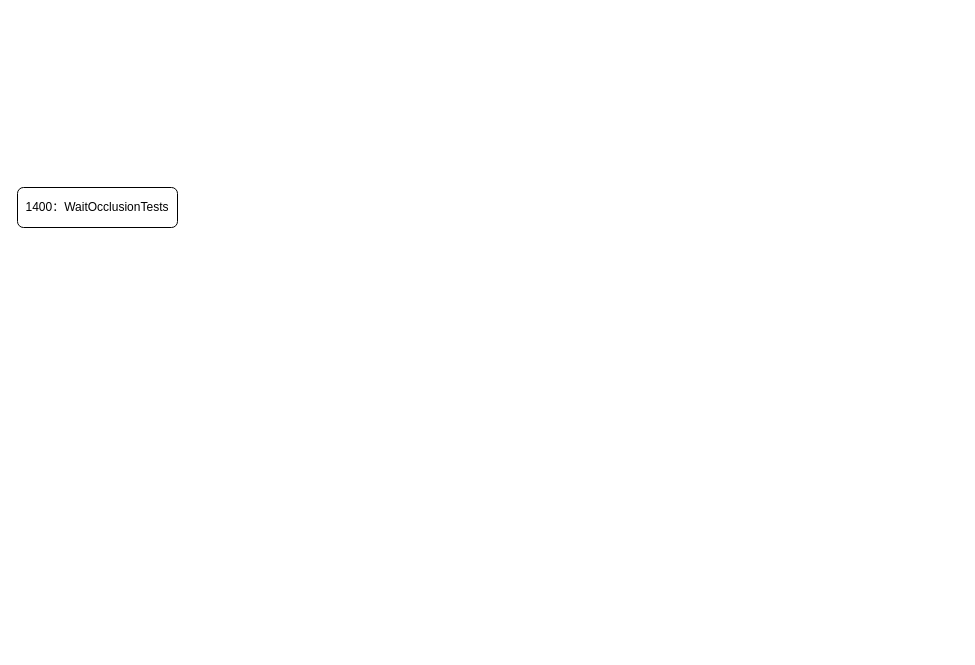
Above: CullingSystem.drawio in cedarz/UE4Gram (draw.io), before the change. Source tidied: cells renumbered, new cells numbered last; positions are measured from the earlier drawing's top-left corner, leaving out a move shared by most shapes. Both pictures are drawn from the tidied source at 100%, with x=0, y=0 at pixel (17, 187).
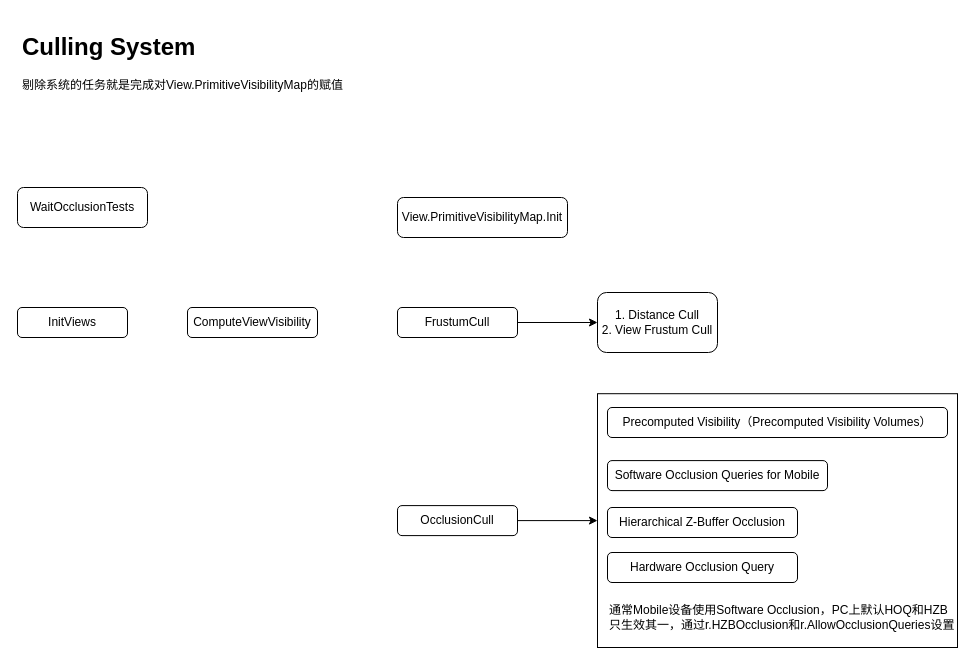
The same page after the edit.

Diff of the diagram source:
```diff
@@
 <mxGraphModel>
   <root>
     <mxCell id="0" />
     <mxCell id="1" parent="0" />
-    <mxCell id="2" value="1400：WaitOcclusionTests" style="rounded=1;whiteSpace=wrap;html=1;" parent="1" vertex="1">
-      <mxGeometry width="160" height="40" as="geometry" />
+    <mxCell id="2" value="WaitOcclusionTests" style="rounded=1;whiteSpace=wrap;html=1;" parent="1" vertex="1">
+      <mxGeometry width="130" height="40" as="geometry" />
     </mxCell>
+    <mxCell id="3" value="InitViews" style="rounded=1;whiteSpace=wrap;html=1;" parent="1" vertex="1">
+      <mxGeometry y="120" width="110" height="30" as="geometry" />
+    </mxCell>
+    <mxCell id="4" value="ComputeViewVisibility" style="rounded=1;whiteSpace=wrap;html=1;" parent="1" vertex="1">
+      <mxGeometry x="170" y="120" width="130" height="30" as="geometry" />
+    </mxCell>
+    <mxCell id="5" value="View.PrimitiveVisibilityMap.Init" style="rounded=1;whiteSpace=wrap;html=1;" parent="1" vertex="1">
+      <mxGeometry x="380" y="10" width="170" height="40" as="geometry" />
+    </mxCell>
+    <mxCell id="6" style="edgeStyle=orthogonalEdgeStyle;rounded=0;jettySize=auto;html=1;" parent="1" edge="1" source="7" target="10">
+      <mxGeometry relative="1" as="geometry" />
+    </mxCell>
+    <mxCell id="7" value="FrustumCull" style="rounded=1;whiteSpace=wrap;html=1;" parent="1" vertex="1">
+      <mxGeometry x="380" y="120" width="120" height="30" as="geometry" />
+    </mxCell>
+    <mxCell id="8" style="edgeStyle=orthogonalEdgeStyle;rounded=0;jettySize=auto;html=1;entryX=0;entryY=0.5;entryDx=0;entryDy=0;" parent="1" edge="1" source="9" target="11">
+      <mxGeometry relative="1" as="geometry" />
+    </mxCell>
+    <mxCell id="9" value="OcclusionCull" style="rounded=1;whiteSpace=wrap;html=1;" parent="1" vertex="1">
+      <mxGeometry x="380" y="318.1" width="120" height="30" as="geometry" />
+    </mxCell>
+    <mxCell id="10" value="1. Distance Cull&lt;br&gt;2. View Frustum Cull" style="whiteSpace=wrap;html=1;rounded=1;" parent="1" vertex="1">
+      <mxGeometry x="580" y="105" width="120" height="60" as="geometry" />
+    </mxCell>
+    <mxCell id="11" style="rounded=0;whiteSpace=wrap;html=1;fillColor=none;" parent="1" vertex="1">
+      <mxGeometry x="580" y="206.2" width="360" height="253.8" as="geometry" />
+    </mxCell>
+    <mxCell id="12" value="Precomputed Visibility（Precomputed Visibility Volumes）" style="rounded=1;whiteSpace=wrap;html=1;" parent="1" vertex="1">
+      <mxGeometry x="590" y="220" width="340" height="30" as="geometry" />
+    </mxCell>
+    <mxCell id="13" value="Software Occlusion&amp;nbsp;Queries for Mobile" style="rounded=1;whiteSpace=wrap;html=1;align=center;" parent="1" vertex="1">
+      <mxGeometry x="590" y="273.1" width="220" height="30" as="geometry" />
+    </mxCell>
+    <mxCell id="14" value="Hierarchical Z-Buffer Occlusion" style="rounded=1;whiteSpace=wrap;html=1;align=center;" parent="1" vertex="1">
+      <mxGeometry x="590" y="320" width="190" height="30" as="geometry" />
+    </mxCell>
+    <mxCell id="15" value="Hardware Occlusion Query" style="rounded=1;whiteSpace=wrap;html=1;align=center;" parent="1" vertex="1">
+      <mxGeometry x="590" y="365" width="190" height="30" as="geometry" />
+    </mxCell>
+    <mxCell id="16" value="通常Mobile设备使用Software Occlusion，PC上默认HOQ和HZB只生效其一，通过r.HZBOcclusion和r.AllowOcclusionQueries设置" style="text;html=1;strokeColor=none;fillColor=none;align=left;verticalAlign=middle;whiteSpace=wrap;rounded=0;" parent="1" vertex="1">
+      <mxGeometry x="590" y="400" width="350" height="60" as="geometry" />
+    </mxCell>
+    <mxCell id="17" value="&lt;h1&gt;Culling System&lt;/h1&gt;&lt;p&gt;剔除系统的任务就是完成对View.PrimitiveVisibilityMap的赋值&lt;br&gt;&lt;/p&gt;" style="text;html=1;strokeColor=none;fillColor=none;spacing=5;spacingTop=-20;whiteSpace=wrap;overflow=hidden;rounded=0;" parent="1" vertex="1">
+      <mxGeometry y="-160" width="340" height="100" as="geometry" />
+    </mxCell>
   </root>
 </mxGraphModel>
```
